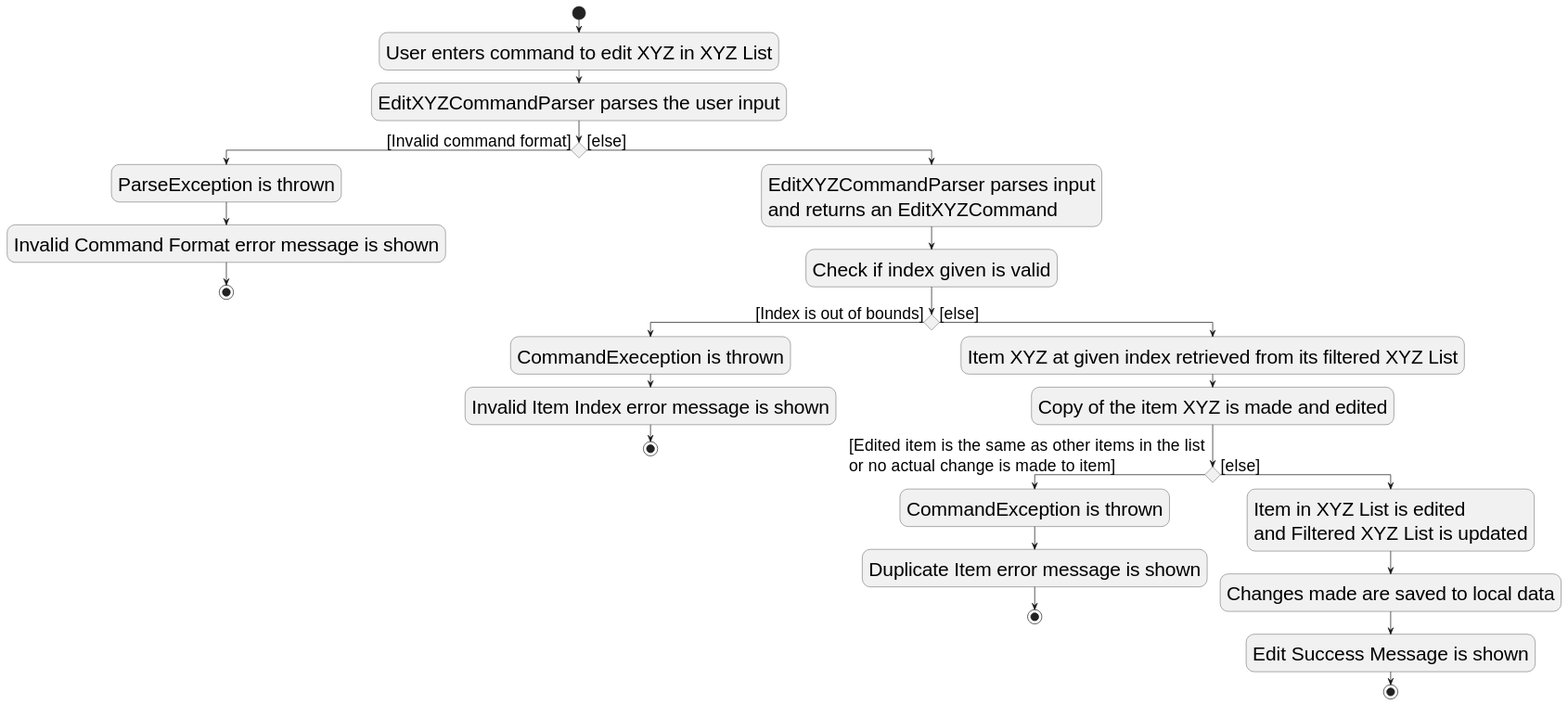
nus-cs2103-AY2223S2/tp keeps this PlantUML diagram as docs/images/EditCommandActivityDiagram.svg. Above is the earlier version.
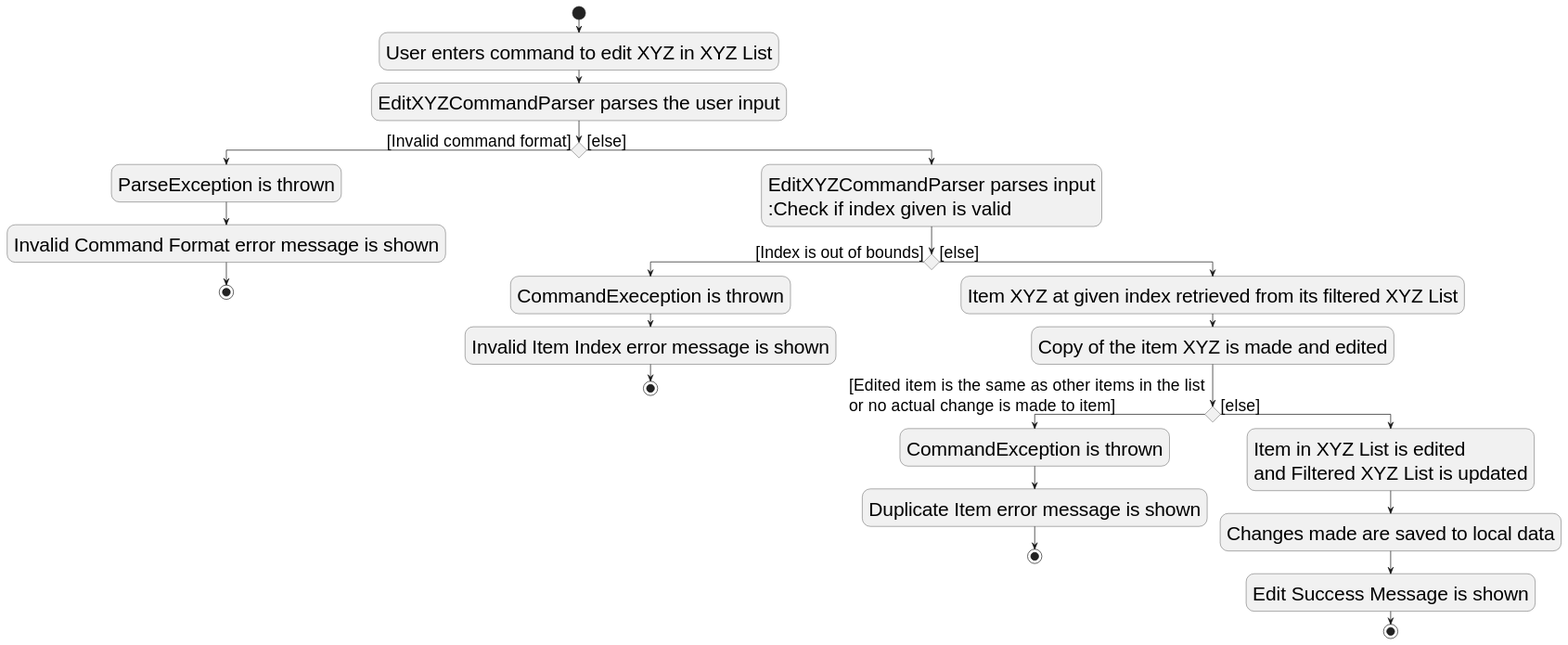
The same file after the commit.

Commit message:
Made diagram simpler

What changed in the source:
```diff
@@ -11,7 +11,6 @@
   stop
 else ([else])
 :EditXYZCommandParser parses input
-and returns an EditXYZCommand;
 :Check if index given is valid;
 
 if () then ([Index is out of bounds])
```
